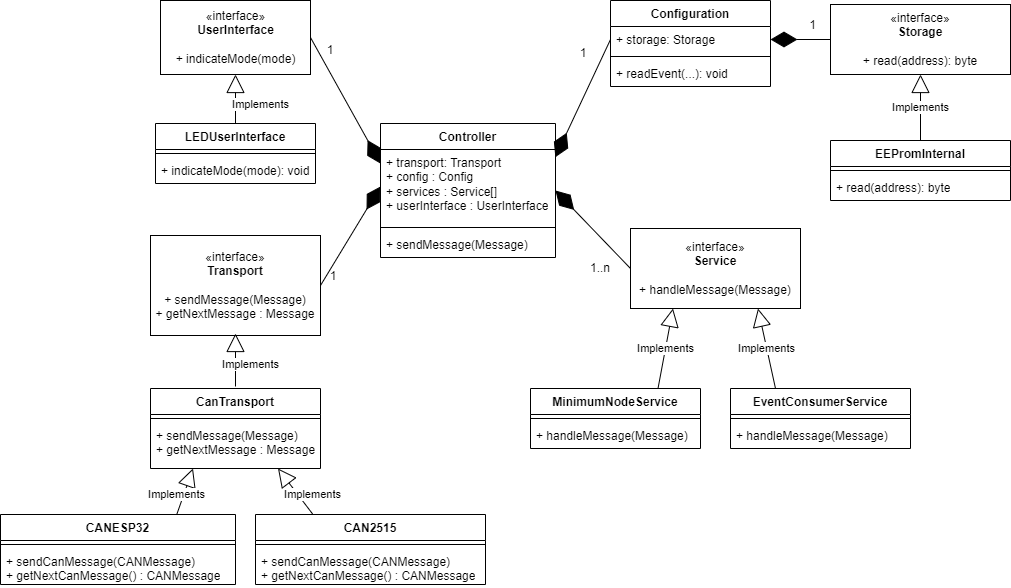
SvenRosvall/VLCB-Arduino keeps this draw.io diagram as docs/VLCB-Arduino-Classes.png. Above is the earlier version. Source tidied: cells renumbered, new cells last; positions are measured from the earlier drawing's top-left corner, leaving out a move shared by most shapes.
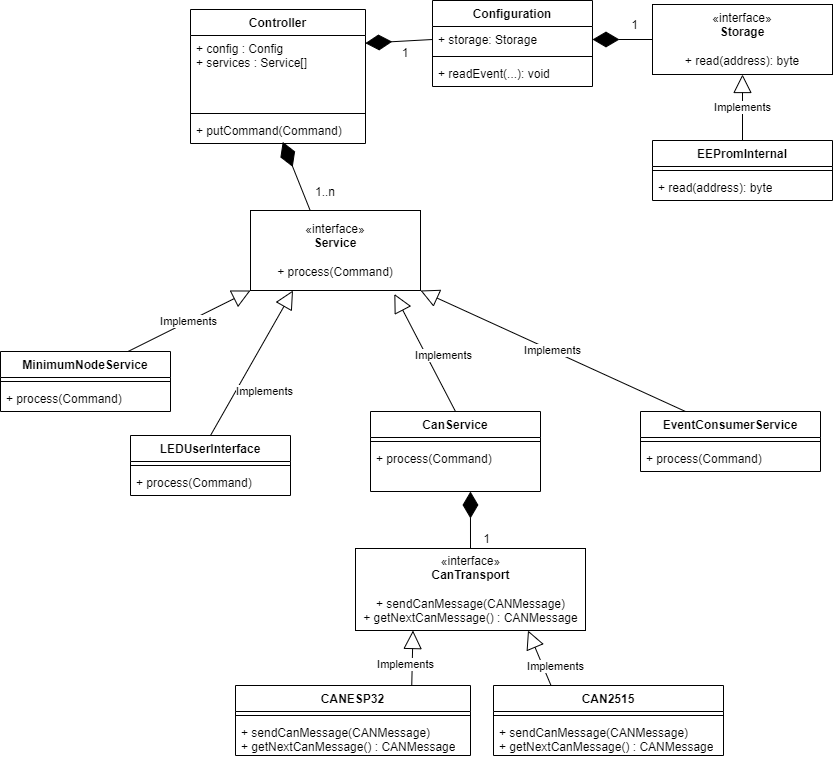
After the commit.

The edit, as a diff of the source:
```diff
@@ -3,22 +3,19 @@
     <mxCell id="0" />
     <mxCell id="1" parent="0" />
     <mxCell id="2" value="Controller" style="swimlane;fontStyle=1;align=center;verticalAlign=top;horizontal=1;startSize=26;whiteSpace=wrap;html=1;" parent="1" vertex="1">
-      <mxGeometry x="380" y="123" width="175" height="134" as="geometry" />
+      <mxGeometry x="260" y="13" width="175" height="134" as="geometry" />
     </mxCell>
-    <mxCell id="3" value="+ transport: Transport&lt;br&gt;+ config : Config&lt;br&gt;+ services : Service[]&lt;br&gt;+ userInterface : UserInterface" style="text;strokeColor=none;fillColor=none;align=left;verticalAlign=top;spacingLeft=4;spacingRight=4;overflow=hidden;points=[[0,0.5],[1,0.5]];portConstraint=eastwest;whiteSpace=wrap;html=1;" parent="2" vertex="1">
+    <mxCell id="3" value="+ config : Config&lt;br&gt;+ services : Service[]&lt;br&gt;" style="text;strokeColor=none;fillColor=none;align=left;verticalAlign=top;spacingLeft=4;spacingRight=4;overflow=hidden;points=[[0,0.5],[1,0.5]];portConstraint=eastwest;whiteSpace=wrap;html=1;" parent="2" vertex="1">
       <mxGeometry y="26" width="175" height="74" as="geometry" />
     </mxCell>
     <mxCell id="4" style="line;strokeWidth=1;fillColor=none;align=left;verticalAlign=middle;spacingTop=-1;spacingLeft=3;spacingRight=3;labelPosition=right;strokeColor=inherit;" parent="2" vertex="1">
       <mxGeometry y="100" width="175" height="8" as="geometry" />
     </mxCell>
-    <mxCell id="5" value="+ sendMessage(Message)" style="text;strokeColor=none;fillColor=none;align=left;verticalAlign=top;spacingLeft=4;spacingRight=4;overflow=hidden;points=[[0,0.5],[1,0.5]];portConstraint=eastwest;whiteSpace=wrap;html=1;" parent="2" vertex="1">
+    <mxCell id="5" value="+ putCommand(Command)" style="text;strokeColor=none;fillColor=none;align=left;verticalAlign=top;spacingLeft=4;spacingRight=4;overflow=hidden;points=[[0,0.5],[1,0.5]];portConstraint=eastwest;whiteSpace=wrap;html=1;" parent="2" vertex="1">
       <mxGeometry y="108" width="175" height="26" as="geometry" />
     </mxCell>
-    <mxCell id="6" value="«interface»&lt;br&gt;&lt;b&gt;Transport&lt;br&gt;&lt;br&gt;&lt;/b&gt;+ sendMessage(Message)&lt;br&gt;+ getNextMessage : Message" style="html=1;whiteSpace=wrap;" parent="1" vertex="1">
-      <mxGeometry x="150" y="235" width="170" height="100" as="geometry" />
-    </mxCell>
     <mxCell id="7" value="CAN2515" style="swimlane;fontStyle=1;align=center;verticalAlign=top;horizontal=1;startSize=26;whiteSpace=wrap;html=1;" parent="1" vertex="1">
-      <mxGeometry x="255" y="514" width="230" height="70" as="geometry" />
+      <mxGeometry x="563" y="689" width="230" height="70" as="geometry" />
     </mxCell>
     <mxCell id="8" style="line;strokeWidth=1;fillColor=none;align=left;verticalAlign=middle;spacingTop=-1;spacingLeft=3;spacingRight=3;labelPosition=right;strokeColor=inherit;" parent="7" vertex="1">
       <mxGeometry y="26" width="230" height="8" as="geometry" />
@@ -27,7 +24,7 @@
       <mxGeometry y="34" width="230" height="36" as="geometry" />
     </mxCell>
     <mxCell id="10" value="CANESP32" style="swimlane;fontStyle=1;align=center;verticalAlign=top;horizontal=1;startSize=26;whiteSpace=wrap;html=1;" parent="1" vertex="1">
-      <mxGeometry y="514" width="235" height="70" as="geometry" />
+      <mxGeometry x="305" y="689" width="235" height="70" as="geometry" />
     </mxCell>
     <mxCell id="11" style="line;strokeWidth=1;fillColor=none;align=left;verticalAlign=middle;spacingTop=-1;spacingLeft=3;spacingRight=3;labelPosition=right;strokeColor=inherit;" parent="10" vertex="1">
       <mxGeometry y="26" width="235" height="8" as="geometry" />
@@ -35,56 +32,50 @@
     <mxCell id="12" value="+ sendCanMessage(CANMessage)&lt;br&gt;+ getNextCanMessage() : CANMessage" style="text;strokeColor=none;fillColor=none;align=left;verticalAlign=top;spacingLeft=4;spacingRight=4;overflow=hidden;whiteSpace=wrap;html=1;" parent="10" vertex="1">
       <mxGeometry y="34" width="235" height="36" as="geometry" />
     </mxCell>
-    <mxCell id="13" value="Implements" style="endArrow=block;endSize=16;endFill=0;html=1;rounded=0;entryX=0.75;entryY=1;entryDx=0;entryDy=0;exitX=0.25;exitY=0;exitDx=0;exitDy=0;" parent="1" edge="1" source="7" target="46">
+    <mxCell id="13" value="Implements" style="endArrow=block;endSize=16;endFill=0;html=1;rounded=0;entryX=0.75;entryY=1;entryDx=0;entryDy=0;exitX=0.25;exitY=0;exitDx=0;exitDy=0;" parent="1" edge="1" source="7" target="56">
       <mxGeometry x="-0.45" y="-12" relative="1" as="geometry" />
     </mxCell>
-    <mxCell id="14" value="Implements" style="endArrow=block;endSize=16;endFill=0;html=1;rounded=0;exitX=0.75;exitY=0;exitDx=0;exitDy=0;entryX=0.25;entryY=1;entryDx=0;entryDy=0;" parent="1" edge="1" source="10" target="46">
+    <mxCell id="14" value="Implements" style="endArrow=block;endSize=16;endFill=0;html=1;rounded=0;exitX=0.75;exitY=0;exitDx=0;exitDy=0;entryX=0.25;entryY=1;entryDx=0;entryDy=0;" parent="1" edge="1" source="10" target="56">
       <mxGeometry x="-0.23" y="7" relative="1" as="geometry" />
     </mxCell>
-    <mxCell id="15" style="endArrow=diamondThin;endFill=1;endSize=24;html=1;rounded=0;exitX=1;exitY=0.5;exitDx=0;exitDy=0;entryX=0;entryY=0.5;entryDx=0;entryDy=0;" parent="1" edge="1" source="6" target="3">
-      <mxGeometry relative="1" as="geometry" />
-    </mxCell>
-    <mxCell id="16" value="«interface»&lt;br&gt;&lt;b&gt;Service&lt;br&gt;&lt;br&gt;&lt;/b&gt;+ handleMessage(Message)&lt;b&gt;&lt;br&gt;&lt;/b&gt;" style="html=1;whiteSpace=wrap;" parent="1" vertex="1">
-      <mxGeometry x="630" y="228" width="170" height="80" as="geometry" />
+    <mxCell id="16" value="«interface»&lt;br&gt;&lt;b&gt;Service&lt;br&gt;&lt;br&gt;&lt;/b&gt;+ process(Command)&lt;b&gt;&lt;br&gt;&lt;/b&gt;" style="html=1;whiteSpace=wrap;" parent="1" vertex="1">
+      <mxGeometry x="320" y="214" width="170" height="80" as="geometry" />
     </mxCell>
     <mxCell id="17" value="MinimumNodeService" style="swimlane;fontStyle=1;align=center;verticalAlign=top;horizontal=1;startSize=26;whiteSpace=wrap;html=1;" parent="1" vertex="1">
-      <mxGeometry x="530" y="388" width="170" height="60" as="geometry" />
+      <mxGeometry x="70" y="355" width="170" height="60" as="geometry" />
     </mxCell>
     <mxCell id="18" style="line;strokeWidth=1;fillColor=none;align=left;verticalAlign=middle;spacingTop=-1;spacingLeft=3;spacingRight=3;labelPosition=right;strokeColor=inherit;" parent="17" vertex="1">
       <mxGeometry y="26" width="170" height="8" as="geometry" />
     </mxCell>
-    <mxCell id="19" value="+ handleMessage(Message)" style="text;strokeColor=none;fillColor=none;align=left;verticalAlign=top;spacingLeft=4;spacingRight=4;overflow=hidden;whiteSpace=wrap;html=1;" parent="17" vertex="1">
+    <mxCell id="19" value="+&amp;nbsp;&lt;span style=&quot;text-align: center;&quot;&gt;process(Command)&lt;/span&gt;" style="text;strokeColor=none;fillColor=none;align=left;verticalAlign=top;spacingLeft=4;spacingRight=4;overflow=hidden;whiteSpace=wrap;html=1;" parent="17" vertex="1">
       <mxGeometry y="34" width="170" height="26" as="geometry" />
     </mxCell>
-    <mxCell id="20" value="Implements" style="endArrow=block;endSize=16;endFill=0;html=1;rounded=0;entryX=0.25;entryY=1;entryDx=0;entryDy=0;exitX=0.75;exitY=0;exitDx=0;exitDy=0;" parent="1" edge="1" source="17" target="16">
+    <mxCell id="20" value="Implements" style="endArrow=block;endSize=16;endFill=0;html=1;rounded=0;entryX=0;entryY=1;entryDx=0;entryDy=0;exitX=0.75;exitY=0;exitDx=0;exitDy=0;" parent="1" edge="1" source="17" target="16">
       <mxGeometry relative="1" as="geometry" />
     </mxCell>
     <mxCell id="21" value="EventConsumerService" style="swimlane;fontStyle=1;align=center;verticalAlign=top;horizontal=1;startSize=26;whiteSpace=wrap;html=1;" parent="1" vertex="1">
-      <mxGeometry x="730" y="388" width="180" height="60" as="geometry" />
+      <mxGeometry x="710" y="415" width="180" height="60" as="geometry" />
     </mxCell>
     <mxCell id="22" style="line;strokeWidth=1;fillColor=none;align=left;verticalAlign=middle;spacingTop=-1;spacingLeft=3;spacingRight=3;labelPosition=right;strokeColor=inherit;" parent="21" vertex="1">
       <mxGeometry y="26" width="180" height="8" as="geometry" />
     </mxCell>
-    <mxCell id="23" value="+ handleMessage(Message)" style="text;strokeColor=none;fillColor=none;align=left;verticalAlign=top;spacingLeft=4;spacingRight=4;overflow=hidden;whiteSpace=wrap;html=1;" parent="21" vertex="1">
+    <mxCell id="23" value="+&amp;nbsp;&lt;span style=&quot;text-align: center;&quot;&gt;process(Command)&lt;/span&gt;" style="text;strokeColor=none;fillColor=none;align=left;verticalAlign=top;spacingLeft=4;spacingRight=4;overflow=hidden;whiteSpace=wrap;html=1;" parent="21" vertex="1">
       <mxGeometry y="34" width="180" height="26" as="geometry" />
     </mxCell>
-    <mxCell id="24" value="Implements" style="endArrow=block;endSize=16;endFill=0;html=1;rounded=0;exitX=0.25;exitY=0;exitDx=0;exitDy=0;entryX=0.75;entryY=1;entryDx=0;entryDy=0;" parent="1" edge="1" source="21" target="16">
+    <mxCell id="24" value="Implements" style="endArrow=block;endSize=16;endFill=0;html=1;rounded=0;exitX=0.25;exitY=0;exitDx=0;exitDy=0;entryX=1;entryY=1;entryDx=0;entryDy=0;" parent="1" edge="1" source="21" target="16">
       <mxGeometry relative="1" as="geometry" />
     </mxCell>
-    <mxCell id="25" style="endArrow=diamondThin;endFill=1;endSize=24;html=1;rounded=0;entryX=1;entryY=0.5;entryDx=0;entryDy=0;exitX=0;exitY=0.5;exitDx=0;exitDy=0;" parent="1" edge="1" source="16" target="2">
+    <mxCell id="25" style="endArrow=diamondThin;endFill=1;endSize=24;html=1;rounded=0;entryX=0.527;entryY=0.938;entryDx=0;entryDy=0;entryPerimeter=0;exitX=0.352;exitY=0.005;exitDx=0;exitDy=0;exitPerimeter=0;" parent="1" edge="1" source="16" target="5">
       <mxGeometry relative="1" as="geometry" />
     </mxCell>
     <mxCell id="26" value="1..n" style="text;html=1;strokeColor=none;fillColor=none;align=center;verticalAlign=middle;whiteSpace=wrap;rounded=0;" parent="1" vertex="1">
-      <mxGeometry x="575" y="256" width="50" height="23" as="geometry" />
+      <mxGeometry x="370" y="184" width="50" height="23" as="geometry" />
     </mxCell>
-    <mxCell id="27" value="1" style="text;html=1;strokeColor=none;fillColor=none;align=center;verticalAlign=middle;whiteSpace=wrap;rounded=0;" parent="1" vertex="1">
-      <mxGeometry x="308" y="264" width="50" height="23" as="geometry" />
-    </mxCell>
     <mxCell id="28" value="«interface»&lt;br&gt;&lt;b&gt;Storage&lt;br&gt;&lt;br&gt;&lt;/b&gt;+ read(address): byte&lt;b&gt;&lt;br&gt;&lt;/b&gt;" style="html=1;whiteSpace=wrap;" parent="1" vertex="1">
-      <mxGeometry x="830" y="4" width="180" height="70" as="geometry" />
+      <mxGeometry x="722" y="8" width="180" height="70" as="geometry" />
     </mxCell>
     <mxCell id="29" value="Configuration" style="swimlane;fontStyle=1;align=center;verticalAlign=top;horizontal=1;startSize=26;whiteSpace=wrap;html=1;" parent="1" vertex="1">
-      <mxGeometry x="610" width="160" height="86" as="geometry" />
+      <mxGeometry x="502" y="4" width="160" height="86" as="geometry" />
     </mxCell>
     <mxCell id="30" value="+ storage: Storage" style="text;strokeColor=none;fillColor=none;align=left;verticalAlign=top;spacingLeft=4;spacingRight=4;overflow=hidden;points=[[0,0.5],[1,0.5]];portConstraint=eastwest;whiteSpace=wrap;html=1;" parent="29" vertex="1">
       <mxGeometry y="26" width="160" height="26" as="geometry" />
@@ -105,7 +96,7 @@
       <mxGeometry relative="1" as="geometry" />
     </mxCell>
     <mxCell id="36" value="EEPromInternal" style="swimlane;fontStyle=1;align=center;verticalAlign=top;horizontal=1;startSize=26;whiteSpace=wrap;html=1;" parent="1" vertex="1">
-      <mxGeometry x="830" y="140" width="180" height="60" as="geometry" />
+      <mxGeometry x="722" y="144" width="180" height="60" as="geometry" />
     </mxCell>
     <mxCell id="37" style="line;strokeWidth=1;fillColor=none;align=left;verticalAlign=middle;spacingTop=-1;spacingLeft=3;spacingRight=3;labelPosition=right;strokeColor=inherit;" parent="36" vertex="1">
       <mxGeometry y="26" width="180" height="8" as="geometry" />
@@ -113,47 +104,44 @@
     <mxCell id="38" value="+ read(address): byte" style="text;strokeColor=none;fillColor=none;align=left;verticalAlign=top;spacingLeft=4;spacingRight=4;overflow=hidden;whiteSpace=wrap;html=1;" parent="36" vertex="1">
       <mxGeometry y="34" width="180" height="26" as="geometry" />
     </mxCell>
-    <mxCell id="39" value="«interface»&lt;br&gt;&lt;b&gt;UserInterface&lt;/b&gt;&lt;br&gt;&lt;br&gt;+ indicateMode(mode)" style="html=1;" parent="1" vertex="1">
-      <mxGeometry x="160" width="150" height="74" as="geometry" />
-    </mxCell>
-    <mxCell id="40" style="endArrow=diamondThin;endFill=1;endSize=24;html=1;rounded=0;exitX=1;exitY=0.5;exitDx=0;exitDy=0;entryX=0.001;entryY=0.192;entryDx=0;entryDy=0;entryPerimeter=0;" parent="1" edge="1" source="39" target="3">
-      <mxGeometry relative="1" as="geometry" />
-    </mxCell>
-    <mxCell id="41" value="1" style="text;html=1;strokeColor=none;fillColor=none;align=center;verticalAlign=middle;whiteSpace=wrap;rounded=0;" parent="1" vertex="1">
-      <mxGeometry x="305" y="38" width="50" height="23" as="geometry" />
-    </mxCell>
     <mxCell id="42" value="LEDUserInterface" style="swimlane;fontStyle=1;align=center;verticalAlign=top;horizontal=1;startSize=26;" parent="1" vertex="1">
-      <mxGeometry x="155" y="123" width="160" height="60" as="geometry" />
+      <mxGeometry x="200" y="439" width="160" height="60" as="geometry" />
     </mxCell>
     <mxCell id="43" style="line;strokeWidth=1;fillColor=none;align=left;verticalAlign=middle;spacingTop=-1;spacingLeft=3;spacingRight=3;labelPosition=right;strokeColor=inherit;" parent="42" vertex="1">
       <mxGeometry y="26" width="160" height="8" as="geometry" />
     </mxCell>
-    <mxCell id="44" value="+ indicateMode(mode): void" style="text;strokeColor=none;fillColor=none;align=left;verticalAlign=top;spacingLeft=4;spacingRight=4;overflow=hidden;" parent="42" vertex="1">
+    <mxCell id="44" value="+ process(Command)" style="text;strokeColor=none;fillColor=none;align=left;verticalAlign=top;spacingLeft=4;spacingRight=4;overflow=hidden;" parent="42" vertex="1">
       <mxGeometry y="34" width="160" height="26" as="geometry" />
     </mxCell>
-    <mxCell id="45" value="Implements" style="endArrow=block;endSize=16;endFill=0;html=1;rounded=0;exitX=0.5;exitY=0;exitDx=0;exitDy=0;entryX=0.5;entryY=1;entryDx=0;entryDy=0;" parent="1" edge="1" source="42" target="39">
+    <mxCell id="45" value="Implements" style="endArrow=block;endSize=16;endFill=0;html=1;rounded=0;exitX=0.5;exitY=0;exitDx=0;exitDy=0;entryX=0.25;entryY=1;entryDx=0;entryDy=0;" parent="1" edge="1" source="42" target="16">
       <mxGeometry x="-0.22" y="-25" relative="1" as="geometry" />
     </mxCell>
-    <mxCell id="46" value="CanTransport" style="swimlane;fontStyle=1;align=center;verticalAlign=top;horizontal=1;startSize=26;" parent="1" vertex="1">
-      <mxGeometry x="150" y="388" width="170" height="80" as="geometry" />
-    </mxCell>
-    <mxCell id="47" style="line;strokeWidth=1;fillColor=none;align=left;verticalAlign=middle;spacingTop=-1;spacingLeft=3;spacingRight=3;labelPosition=right;strokeColor=inherit;" parent="46" vertex="1">
-      <mxGeometry y="26" width="170" height="8" as="geometry" />
-    </mxCell>
-    <mxCell id="48" value="+ sendMessage(Message)&#10;+ getNextMessage : Message" style="text;strokeColor=none;fillColor=none;align=left;verticalAlign=top;spacingLeft=4;spacingRight=4;overflow=hidden;" parent="46" vertex="1">
-      <mxGeometry y="34" width="170" height="46" as="geometry" />
-    </mxCell>
-    <mxCell id="49" value="Implements" style="endArrow=block;endSize=16;endFill=0;html=1;rounded=0;entryX=0.5;entryY=1;entryDx=0;entryDy=0;exitX=0.5;exitY=0;exitDx=0;exitDy=0;" parent="1" edge="1">
-      <mxGeometry x="-0.17" y="-15" relative="1" as="geometry">
-        <mxPoint x="235" y="386" as="sourcePoint" />
-        <mxPoint x="235" y="333" as="targetPoint" />
-      </mxGeometry>
+    <mxCell id="49" value="Implements" style="endArrow=block;endSize=16;endFill=0;html=1;rounded=0;entryX=0.846;entryY=1.043;entryDx=0;entryDy=0;exitX=0.5;exitY=0;exitDx=0;exitDy=0;entryPerimeter=0;" parent="1" edge="1" source="52" target="16">
+      <mxGeometry x="-0.17" y="-15" relative="1" as="geometry" />
     </mxCell>
     <mxCell id="50" value="1" style="text;html=1;strokeColor=none;fillColor=none;align=center;verticalAlign=middle;whiteSpace=wrap;rounded=0;" parent="1" vertex="1">
-      <mxGeometry x="568" y="41" width="30" height="23" as="geometry" />
+      <mxGeometry x="460" y="45" width="30" height="23" as="geometry" />
     </mxCell>
     <mxCell id="51" value="1" style="text;html=1;strokeColor=none;fillColor=none;align=center;verticalAlign=middle;whiteSpace=wrap;rounded=0;" parent="1" vertex="1">
-      <mxGeometry x="795" y="13" width="35" height="23" as="geometry" />
+      <mxGeometry x="687" y="17" width="35" height="23" as="geometry" />
     </mxCell>
+    <mxCell id="52" value="CanService" style="swimlane;fontStyle=1;align=center;verticalAlign=top;horizontal=1;startSize=26;" parent="1" vertex="1">
+      <mxGeometry x="440" y="415" width="170" height="80" as="geometry" />
+    </mxCell>
+    <mxCell id="47" style="line;strokeWidth=1;fillColor=none;align=left;verticalAlign=middle;spacingTop=-1;spacingLeft=3;spacingRight=3;labelPosition=right;strokeColor=inherit;" parent="52" vertex="1">
+      <mxGeometry y="26" width="170" height="8" as="geometry" />
+    </mxCell>
+    <mxCell id="53" value="+ process(Command)" style="text;strokeColor=none;fillColor=none;align=left;verticalAlign=top;spacingLeft=4;spacingRight=4;overflow=hidden;points=[[0,0.5],[1,0.5]];portConstraint=eastwest;" parent="52" vertex="1">
+      <mxGeometry y="34" width="170" height="46" as="geometry" />
+    </mxCell>
+    <mxCell id="54" style="endArrow=diamondThin;endFill=1;endSize=24;html=1;rounded=0;exitX=0.5;exitY=0;exitDx=0;exitDy=0;entryX=0.588;entryY=1;entryDx=0;entryDy=0;entryPerimeter=0;" parent="1" edge="1" source="56" target="53">
+      <mxGeometry relative="1" as="geometry" />
+    </mxCell>
+    <mxCell id="55" value="1" style="text;html=1;strokeColor=none;fillColor=none;align=center;verticalAlign=middle;whiteSpace=wrap;rounded=0;" parent="1" vertex="1">
+      <mxGeometry x="539" y="531" width="35" height="23" as="geometry" />
+    </mxCell>
+    <mxCell id="56" value="«interface»&lt;br&gt;&lt;b&gt;CanTransport&lt;br&gt;&lt;br&gt;&lt;/b&gt;&lt;span style=&quot;text-align: left;&quot;&gt;+ sendCanMessage(CANMessage)&lt;/span&gt;&lt;br style=&quot;text-align: left;&quot;&gt;&lt;span style=&quot;text-align: left;&quot;&gt;+ getNextCanMessage() : CANMessage&lt;/span&gt;&lt;b&gt;&lt;br&gt;&lt;/b&gt;" style="html=1;" parent="1" vertex="1">
+      <mxGeometry x="425" y="552" width="230" height="82" as="geometry" />
+    </mxCell>
   </root>
 </mxGraphModel>
```
